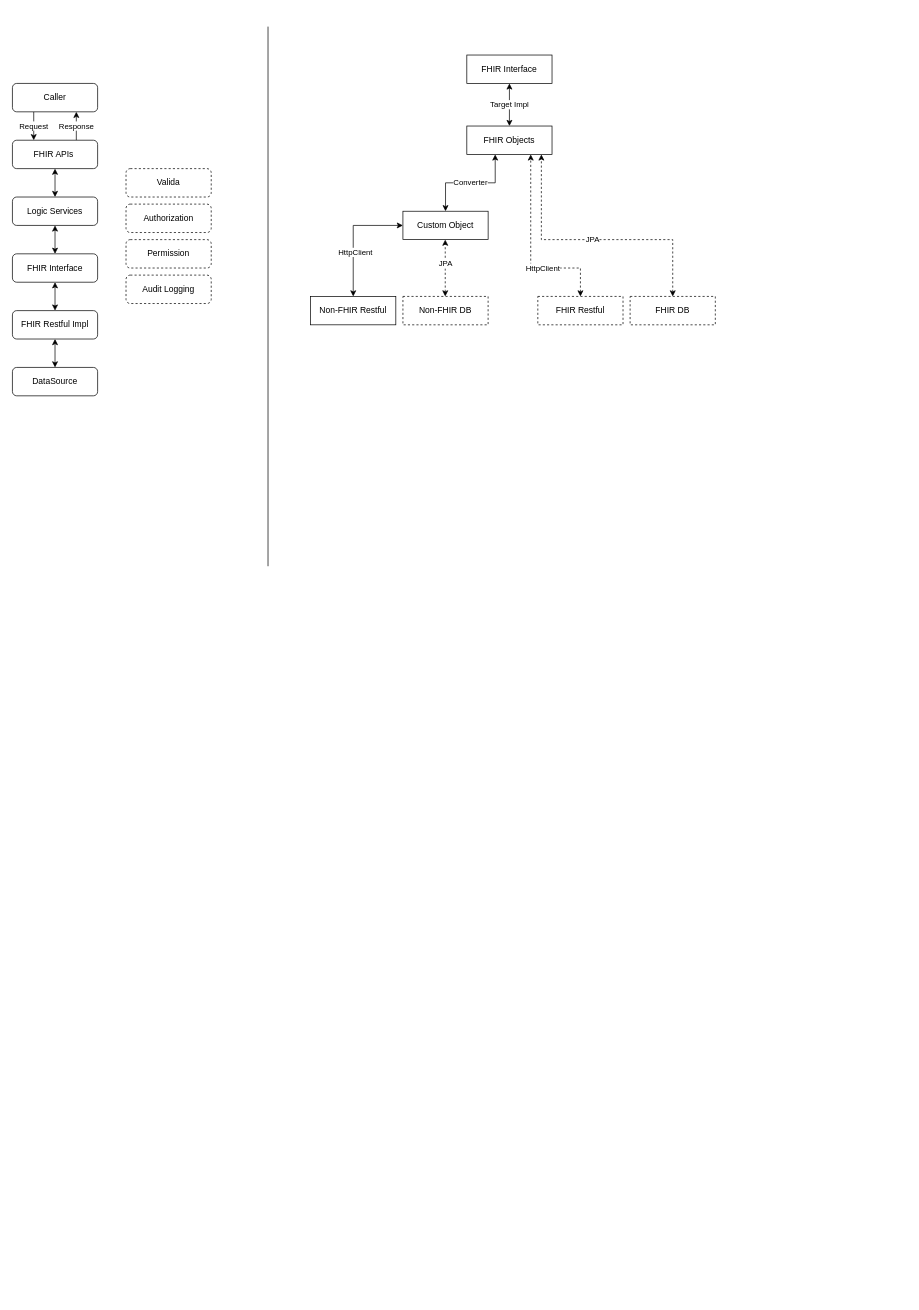
This is page "Data Flow" (1 of 2) of backlog/fhir Architecture.drawio from jimluo168/fhir-demo, a draw.io file, before an edit. Source tidied: cells renumbered, new cells numbered last; positions are measured from the earlier drawing's top-left corner, leaving out a move shared by most shapes. Both pictures are drawn from the tidied source at 71%, with x=0, y=0 at pixel (12, 26).
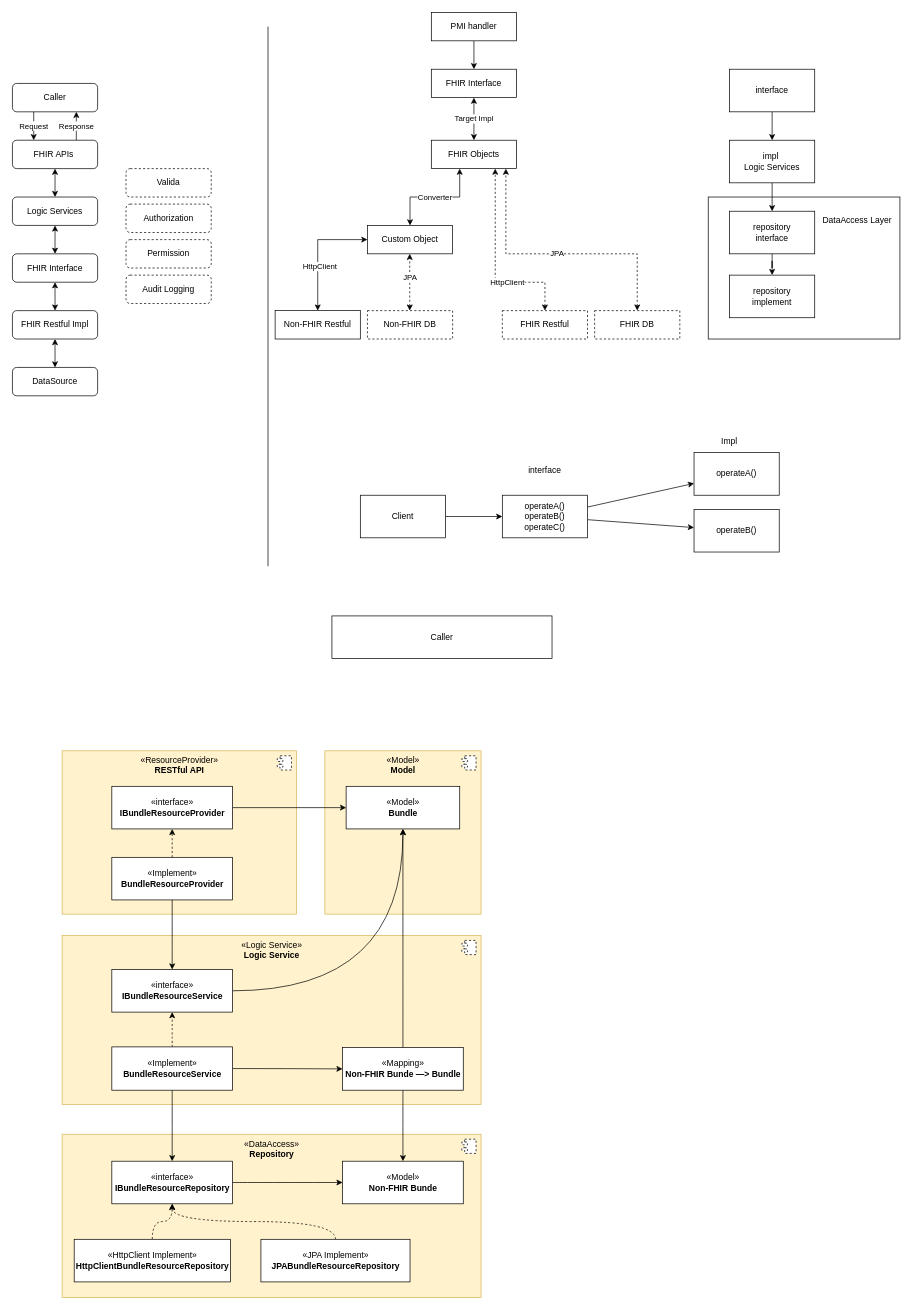
The same page after the edit.

The change refers to these unchanged cells:
```xml
<mxCell id="32" value="FHIR Interface" style="rounded=0;whiteSpace=wrap;html=1;verticalAlign=middle;align=center;" parent="18" vertex="1">
  <mxGeometry x="220" width="120" height="40" as="geometry" />
</mxCell>
```

Diff of the diagram source:
```diff
@@
+    <mxCell id="35" value="«Model»&lt;br&gt;&lt;b&gt;Model&lt;/b&gt;" style="html=1;fillColor=#fff2cc;strokeColor=#d6b656;verticalAlign=top;" parent="1" vertex="1">
+      <mxGeometry x="440" y="1020" width="220" height="230" as="geometry" />
+    </mxCell>
+    <mxCell id="36" style="shape=module;jettyWidth=8;jettyHeight=4;dashed=1;" parent="35" vertex="1">
+      <mxGeometry x="1" width="20" height="20" relative="1" as="geometry">
+        <mxPoint x="-27" y="7" as="offset" />
+      </mxGeometry>
+    </mxCell>
+    <mxCell id="37" value="«DataAccess»&lt;br&gt;&lt;b&gt;Repository&lt;/b&gt;" style="html=1;fillColor=#fff2cc;strokeColor=#d6b656;verticalAlign=top;" parent="1" vertex="1">
+      <mxGeometry x="70" y="1560" width="590" height="230" as="geometry" />
+    </mxCell>
+    <mxCell id="38" style="shape=module;jettyWidth=8;jettyHeight=4;dashed=1;" parent="37" vertex="1">
+      <mxGeometry x="1" width="20" height="20" relative="1" as="geometry">
+        <mxPoint x="-27" y="7" as="offset" />
+      </mxGeometry>
+    </mxCell>
+    <mxCell id="39" value="«Logic Service»&lt;br&gt;&lt;b&gt;Logic Service&lt;/b&gt;" style="html=1;fillColor=#fff2cc;strokeColor=#d6b656;verticalAlign=top;" parent="1" vertex="1">
+      <mxGeometry x="70" y="1280" width="590" height="238" as="geometry" />
+    </mxCell>
+    <mxCell id="40" style="shape=module;jettyWidth=8;jettyHeight=4;dashed=1;" parent="39" vertex="1">
+      <mxGeometry x="1" width="20" height="20" relative="1" as="geometry">
+        <mxPoint x="-27" y="7" as="offset" />
+      </mxGeometry>
+    </mxCell>
+    <mxCell id="41" value="«ResourceProvider»&lt;br&gt;&lt;b&gt;RESTful API&lt;/b&gt;" style="html=1;fillColor=#fff2cc;strokeColor=#d6b656;verticalAlign=top;" parent="1" vertex="1">
+      <mxGeometry x="70" y="1020" width="330" height="230" as="geometry" />
+    </mxCell>
+    <mxCell id="42" style="shape=module;jettyWidth=8;jettyHeight=4;dashed=1;" parent="41" vertex="1">
+      <mxGeometry x="1" width="20" height="20" relative="1" as="geometry">
+        <mxPoint x="-27" y="7" as="offset" />
+      </mxGeometry>
+    </mxCell>
+    <mxCell id="43" style="rounded=0;whiteSpace=wrap;html=1;" parent="1" vertex="1">
+      <mxGeometry x="980" y="240" width="270" height="200" as="geometry" />
+    </mxCell>
@@
     <mxCell id="18" style="group;" parent="1" vertex="1">
-      <mxGeometry x="420" y="40" width="570" height="380" as="geometry" />
+      <mxGeometry x="370" y="60" width="570" height="380" as="geometry" />
     </mxCell>
@@
+    <mxCell id="44" style="edgeStyle=orthogonalEdgeStyle;rounded=0;jettySize=auto;html=1;" parent="1" edge="1" source="45" target="47">
+      <mxGeometry relative="1" as="geometry" />
+    </mxCell>
+    <mxCell id="45" value="interface" style="rounded=0;whiteSpace=wrap;html=1;" parent="1" vertex="1">
+      <mxGeometry x="1010" y="60" width="120" height="60" as="geometry" />
+    </mxCell>
+    <mxCell id="46" style="edgeStyle=orthogonalEdgeStyle;rounded=0;jettySize=auto;html=1;" parent="1" edge="1" source="47" target="49">
+      <mxGeometry relative="1" as="geometry" />
+    </mxCell>
+    <mxCell id="47" value="impl&amp;nbsp;&lt;br&gt;Logic Services" style="rounded=0;whiteSpace=wrap;html=1;" parent="1" vertex="1">
+      <mxGeometry x="1010" y="160" width="120" height="60" as="geometry" />
+    </mxCell>
+    <mxCell id="48" style="edgeStyle=orthogonalEdgeStyle;rounded=0;jettySize=auto;html=1;" parent="1" edge="1" source="49" target="50">
+      <mxGeometry relative="1" as="geometry" />
+    </mxCell>
+    <mxCell id="49" value="repository&lt;br&gt;interface" style="rounded=0;whiteSpace=wrap;html=1;" parent="1" vertex="1">
+      <mxGeometry x="1010" y="260" width="120" height="60" as="geometry" />
+    </mxCell>
+    <mxCell id="50" value="repository&lt;br&gt;implement" style="rounded=0;whiteSpace=wrap;html=1;" parent="1" vertex="1">
+      <mxGeometry x="1010" y="350" width="120" height="60" as="geometry" />
+    </mxCell>
+    <mxCell id="51" style="edgeStyle=orthogonalEdgeStyle;rounded=0;jettySize=auto;html=1;entryX=0.5;entryY=0;entryDx=0;entryDy=0;" parent="1" edge="1" source="52" target="32">
+      <mxGeometry relative="1" as="geometry" />
+    </mxCell>
+    <mxCell id="52" value="PMI handler" style="rounded=0;whiteSpace=wrap;html=1;verticalAlign=middle;align=center;" parent="1" vertex="1">
+      <mxGeometry x="590" y="-20" width="120" height="40" as="geometry" />
+    </mxCell>
+    <mxCell id="53" value="DataAccess Layer" style="text;html=1;strokeColor=none;fillColor=none;align=center;verticalAlign=middle;whiteSpace=wrap;rounded=0;" parent="1" vertex="1">
+      <mxGeometry x="1120" y="255" width="140" height="35" as="geometry" />
+    </mxCell>
+    <mxCell id="54" style="edgeStyle=orthogonalEdgeStyle;rounded=0;jettySize=auto;html=1;" parent="1" edge="1" source="55" target="58">
+      <mxGeometry relative="1" as="geometry" />
+    </mxCell>
+    <mxCell id="55" value="Client" style="rounded=0;whiteSpace=wrap;html=1;" parent="1" vertex="1">
+      <mxGeometry x="490" y="660" width="120" height="60" as="geometry" />
+    </mxCell>
+    <mxCell id="56" style="rounded=0;jettySize=auto;html=1;" parent="1" edge="1" source="58" target="60">
+      <mxGeometry relative="1" as="geometry" />
+    </mxCell>
+    <mxCell id="57" style="edgeStyle=none;rounded=0;jettySize=auto;html=1;" parent="1" edge="1" source="58" target="62">
+      <mxGeometry relative="1" as="geometry" />
+    </mxCell>
+    <mxCell id="58" value="operateA()&lt;br&gt;operateB()&lt;br&gt;operateC()" style="whiteSpace=wrap;html=1;rounded=0;" parent="1" vertex="1">
+      <mxGeometry x="690" y="660" width="120" height="60" as="geometry" />
+    </mxCell>
+    <mxCell id="59" value="interface" style="text;html=1;strokeColor=none;fillColor=none;align=center;verticalAlign=middle;whiteSpace=wrap;rounded=0;" parent="1" vertex="1">
+      <mxGeometry x="720" y="610" width="60" height="30" as="geometry" />
+    </mxCell>
+    <mxCell id="60" value="operateA()" style="whiteSpace=wrap;html=1;rounded=0;" parent="1" vertex="1">
+      <mxGeometry x="960" y="600" width="120" height="60" as="geometry" />
+    </mxCell>
+    <mxCell id="61" value="Impl" style="text;html=1;strokeColor=none;fillColor=none;align=center;verticalAlign=middle;whiteSpace=wrap;rounded=0;" parent="1" vertex="1">
+      <mxGeometry x="980" y="570" width="60" height="30" as="geometry" />
+    </mxCell>
+    <mxCell id="62" value="operateB()" style="whiteSpace=wrap;html=1;rounded=0;" parent="1" vertex="1">
+      <mxGeometry x="960" y="680" width="120" height="60" as="geometry" />
+    </mxCell>
+    <mxCell id="63" value="Caller" style="rounded=0;whiteSpace=wrap;html=1;" parent="1" vertex="1">
+      <mxGeometry x="450" y="830" width="310" height="60" as="geometry" />
+    </mxCell>
+    <mxCell id="64" style="edgeStyle=none;rounded=0;jettySize=auto;html=1;entryX=0;entryY=0.5;entryDx=0;entryDy=0;" parent="1" edge="1" source="65" target="71">
+      <mxGeometry relative="1" as="geometry" />
+    </mxCell>
+    <mxCell id="65" value="«interface»&lt;br&gt;&lt;b&gt;IBundleResourceProvider&lt;/b&gt;" style="html=1;" parent="1" vertex="1">
+      <mxGeometry x="140" y="1070" width="170" height="60" as="geometry" />
+    </mxCell>
+    <mxCell id="66" style="edgeStyle=none;rounded=0;jettySize=auto;html=1;entryX=0.5;entryY=1;entryDx=0;entryDy=0;dashed=1;" parent="1" edge="1" source="68" target="65">
+      <mxGeometry relative="1" as="geometry" />
+    </mxCell>
+    <mxCell id="67" style="edgeStyle=orthogonalEdgeStyle;curved=1;rounded=0;jettySize=auto;html=1;" parent="1" edge="1" source="68" target="70">
+      <mxGeometry relative="1" as="geometry" />
+    </mxCell>
+    <mxCell id="68" value="«Implement»&lt;br&gt;&lt;b&gt;BundleResourceProvider&lt;/b&gt;" style="html=1;" parent="1" vertex="1">
+      <mxGeometry x="140" y="1170" width="170" height="60" as="geometry" />
+    </mxCell>
+    <mxCell id="69" style="edgeStyle=orthogonalEdgeStyle;curved=1;rounded=0;jettySize=auto;html=1;entryX=0.5;entryY=1;entryDx=0;entryDy=0;" parent="1" edge="1" source="70" target="71">
+      <mxGeometry relative="1" as="geometry" />
+    </mxCell>
+    <mxCell id="70" value="«interface»&lt;br&gt;&lt;b&gt;IBundleResourceService&lt;/b&gt;" style="html=1;" parent="1" vertex="1">
+      <mxGeometry x="140" y="1328" width="170" height="60" as="geometry" />
+    </mxCell>
+    <mxCell id="71" value="«Model»&lt;br&gt;&lt;b&gt;Bundle&lt;/b&gt;" style="html=1;" parent="1" vertex="1">
+      <mxGeometry x="470" y="1070" width="160" height="60" as="geometry" />
+    </mxCell>
+    <mxCell id="72" style="edgeStyle=orthogonalEdgeStyle;curved=1;rounded=0;jettySize=auto;html=1;dashed=1;" parent="1" edge="1" source="75" target="70">
+      <mxGeometry relative="1" as="geometry" />
+    </mxCell>
+    <mxCell id="73" style="edgeStyle=orthogonalEdgeStyle;curved=1;rounded=0;jettySize=auto;html=1;" parent="1" edge="1" source="75" target="77">
+      <mxGeometry relative="1" as="geometry" />
+    </mxCell>
+    <mxCell id="74" style="edgeStyle=orthogonalEdgeStyle;curved=1;rounded=0;jettySize=auto;html=1;entryX=0;entryY=0.5;entryDx=0;entryDy=0;" parent="1" edge="1" source="75" target="83">
+      <mxGeometry relative="1" as="geometry" />
+    </mxCell>
+    <mxCell id="75" value="«Implement»&lt;br&gt;&lt;b&gt;BundleResourceService&lt;/b&gt;" style="html=1;" parent="1" vertex="1">
+      <mxGeometry x="140" y="1437" width="170" height="61" as="geometry" />
+    </mxCell>
+    <mxCell id="76" style="edgeStyle=orthogonalEdgeStyle;curved=1;rounded=0;jettySize=auto;html=1;entryX=0;entryY=0.5;entryDx=0;entryDy=0;" parent="1" edge="1" source="77" target="80">
+      <mxGeometry relative="1" as="geometry" />
+    </mxCell>
+    <mxCell id="77" value="«interface»&lt;br&gt;&lt;b&gt;IBundleResourceRepository&lt;/b&gt;" style="html=1;" parent="1" vertex="1">
+      <mxGeometry x="140" y="1598" width="170" height="60" as="geometry" />
+    </mxCell>
+    <mxCell id="78" style="rounded=0;jettySize=auto;html=1;entryX=0.5;entryY=1;entryDx=0;entryDy=0;dashed=1;edgeStyle=orthogonalEdgeStyle;curved=1;" parent="1" edge="1" source="79" target="77">
+      <mxGeometry relative="1" as="geometry" />
+    </mxCell>
+    <mxCell id="79" value="«HttpClient Implement»&lt;br&gt;&lt;b&gt;HttpClientBundleResourceRepository&lt;/b&gt;" style="html=1;" parent="1" vertex="1">
+      <mxGeometry x="87" y="1708" width="220" height="60" as="geometry" />
+    </mxCell>
+    <mxCell id="80" value="«Model»&lt;br&gt;&lt;b&gt;Non-FHIR Bunde&lt;/b&gt;" style="html=1;" parent="1" vertex="1">
+      <mxGeometry x="465" y="1598" width="170" height="60" as="geometry" />
+    </mxCell>
+    <mxCell id="81" style="edgeStyle=orthogonalEdgeStyle;curved=1;rounded=0;jettySize=auto;html=1;exitX=0.5;exitY=1;exitDx=0;exitDy=0;" parent="1" edge="1" source="83" target="80">
+      <mxGeometry relative="1" as="geometry" />
+    </mxCell>
+    <mxCell id="82" style="edgeStyle=orthogonalEdgeStyle;curved=1;rounded=0;jettySize=auto;html=1;" parent="1" edge="1" source="83" target="71">
+      <mxGeometry relative="1" as="geometry" />
+    </mxCell>
+    <mxCell id="83" value="«Mapping»&lt;br&gt;&lt;b&gt;Non-FHIR Bunde —&amp;gt; Bundle&lt;br&gt;&lt;/b&gt;" style="html=1;" parent="1" vertex="1">
+      <mxGeometry x="465" y="1438" width="170" height="60" as="geometry" />
+    </mxCell>
+    <mxCell id="84" style="rounded=0;jettySize=auto;html=1;entryX=0.5;entryY=1;entryDx=0;entryDy=0;exitX=0.5;exitY=0;exitDx=0;exitDy=0;dashed=1;edgeStyle=orthogonalEdgeStyle;curved=1;" parent="1" edge="1" source="85" target="77">
+      <mxGeometry relative="1" as="geometry" />
+    </mxCell>
+    <mxCell id="85" value="«JPA Implement»&lt;br&gt;&lt;b&gt;JPABundleResourceRepository&lt;/b&gt;" style="html=1;" parent="1" vertex="1">
+      <mxGeometry x="350" y="1708" width="210" height="60" as="geometry" />
+    </mxCell>
```
